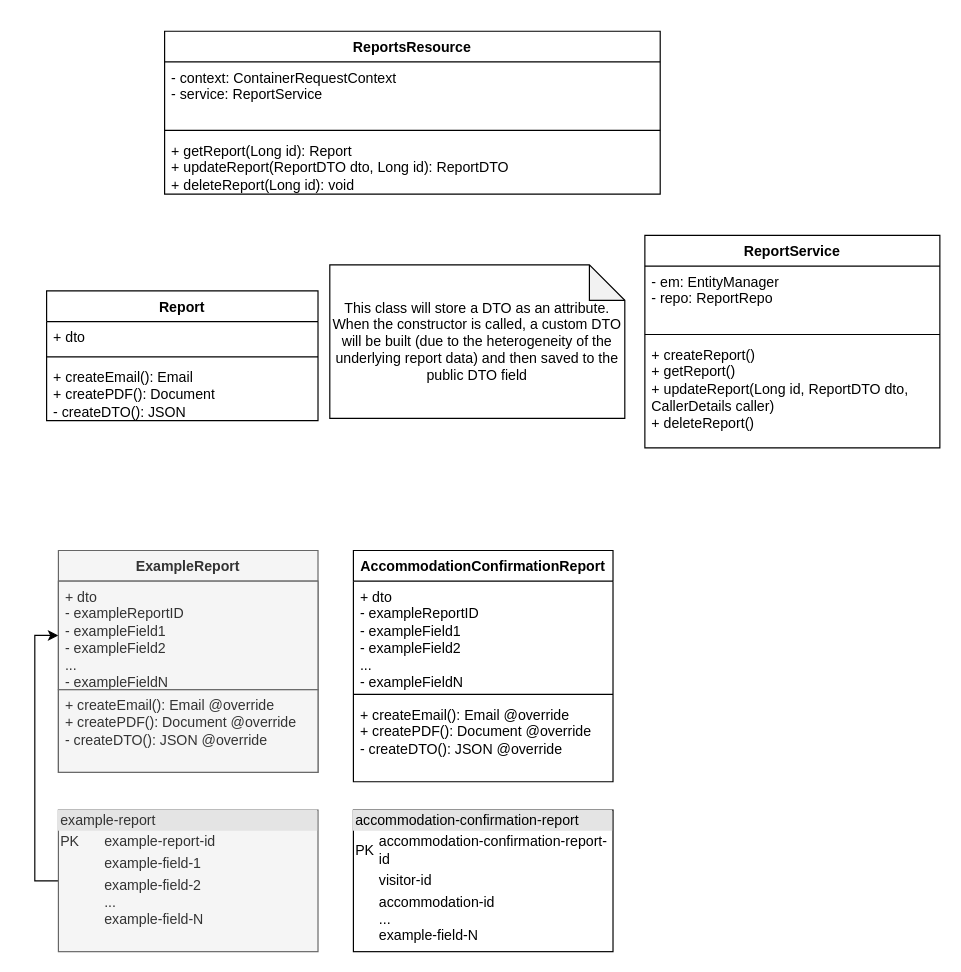
Before: Document generation class diagram.drawio in ambolt314/FinalProjectDesign, a draw.io diagram. Source tidied: cells renumbered, new cells numbered last; positions are measured from the earlier drawing's top-left corner, leaving out a move shared by most shapes. Both pictures are drawn from the tidied source at 118%, with x=0, y=0 at pixel (46, 31).
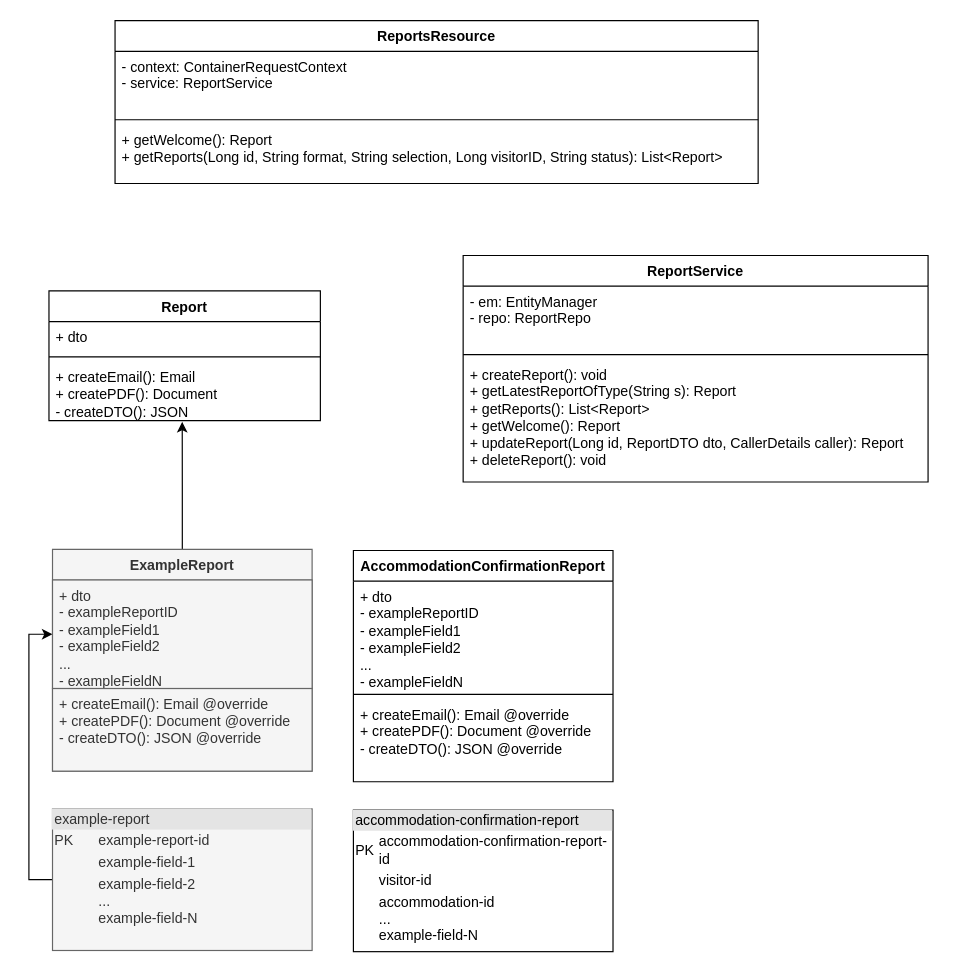
The same diagram, later.

Commit message:
Defined service and resource methods

The change refers to these unchanged cells:
```xml
<mxCell id="13" value="&lt;div&gt;+ createEmail(): Email&lt;/div&gt;&lt;div&gt;+ createPDF(): Document&lt;/div&gt;&lt;div&gt;- createDTO(): JSON&lt;/div&gt;" style="text;strokeColor=none;fillColor=none;align=left;verticalAlign=top;spacingLeft=4;spacingRight=4;overflow=hidden;points=[[0,0.5],[1,0.5]];portConstraint=eastwest;whiteSpace=wrap;html=1;" parent="10" vertex="1">
  <mxGeometry y="60" width="230" height="50" as="geometry" />
</mxCell>
```

Change to the diagram source:
```diff
@@
     <mxCell id="2" value="ReportsResource" style="swimlane;fontStyle=1;align=center;verticalAlign=top;horizontal=1;startSize=26;whiteSpace=wrap;html=1;" parent="1" vertex="1">
-      <mxGeometry x="100" width="420" height="138" as="geometry" />
+      <mxGeometry x="58" y="-9" width="545" height="138" as="geometry" />
     </mxCell>
     <mxCell id="3" value="&lt;div&gt;- context: ContainerRequestContext&lt;/div&gt;&lt;div&gt;- service: ReportService&lt;br&gt;&lt;/div&gt;" style="text;strokeColor=none;fillColor=none;align=left;verticalAlign=top;spacingLeft=4;spacingRight=4;overflow=hidden;whiteSpace=wrap;html=1;" parent="2" vertex="1">
-      <mxGeometry y="26" width="420" height="54" as="geometry" />
+      <mxGeometry y="26" width="545" height="54" as="geometry" />
     </mxCell>
     <mxCell id="4" style="line;strokeWidth=1;fillColor=none;align=left;verticalAlign=middle;spacingTop=-1;spacingLeft=3;spacingRight=3;labelPosition=right;strokeColor=inherit;" parent="2" vertex="1">
-      <mxGeometry y="80" width="420" height="8" as="geometry" />
+      <mxGeometry y="80" width="545" height="8" as="geometry" />
     </mxCell>
-    <mxCell id="5" value="&lt;div&gt;+ getReport(Long id): Report&lt;/div&gt;&lt;div&gt;+ updateReport(ReportDTO dto, Long id): ReportDTO&lt;br&gt;&lt;/div&gt;&lt;div&gt;+ deleteReport(Long id): void&lt;br&gt;&lt;/div&gt;" style="text;strokeColor=none;fillColor=none;align=left;verticalAlign=top;spacingLeft=4;spacingRight=4;overflow=hidden;whiteSpace=wrap;html=1;" parent="2" vertex="1">
-      <mxGeometry y="88" width="420" height="50" as="geometry" />
+    <mxCell id="5" value="&lt;div&gt;+ getWelcome(): Report&lt;br&gt;&lt;/div&gt;&lt;div&gt;+ getReports(Long id, String format, String selection, Long visitorID, String status): List&amp;lt;Report&amp;gt;&lt;/div&gt;" style="text;strokeColor=none;fillColor=none;align=left;verticalAlign=top;spacingLeft=4;spacingRight=4;overflow=hidden;whiteSpace=wrap;html=1;" parent="2" vertex="1">
+      <mxGeometry y="88" width="545" height="50" as="geometry" />
     </mxCell>
     <mxCell id="6" value="ReportService" style="swimlane;fontStyle=1;align=center;verticalAlign=top;horizontal=1;startSize=26;whiteSpace=wrap;html=1;" parent="1" vertex="1">
-      <mxGeometry x="507" y="173" width="250" height="180" as="geometry" />
+      <mxGeometry x="353" y="190" width="394" height="192" as="geometry" />
     </mxCell>
     <mxCell id="7" value="&lt;div&gt;- em: EntityManager&lt;/div&gt;&lt;div&gt;- repo: ReportRepo&lt;br&gt;&lt;/div&gt;" style="text;strokeColor=none;fillColor=none;align=left;verticalAlign=top;spacingLeft=4;spacingRight=4;overflow=hidden;whiteSpace=wrap;html=1;" parent="6" vertex="1">
-      <mxGeometry y="26" width="250" height="54" as="geometry" />
+      <mxGeometry y="26" width="394" height="54" as="geometry" />
     </mxCell>
     <mxCell id="8" style="line;strokeWidth=1;fillColor=none;align=left;verticalAlign=middle;spacingTop=-1;spacingLeft=3;spacingRight=3;labelPosition=right;strokeColor=inherit;" parent="6" vertex="1">
-      <mxGeometry y="80" width="250" height="8" as="geometry" />
+      <mxGeometry y="80" width="394" height="8" as="geometry" />
     </mxCell>
-    <mxCell id="9" value="&lt;div&gt;+ createReport()&lt;/div&gt;&lt;div&gt;+ getReport()&lt;/div&gt;&lt;div&gt;+ updateReport(Long id, ReportDTO dto, CallerDetails caller)&lt;/div&gt;&lt;div&gt;+ deleteReport()&lt;br&gt;&lt;/div&gt;" style="text;strokeColor=none;fillColor=none;align=left;verticalAlign=top;spacingLeft=4;spacingRight=4;overflow=hidden;whiteSpace=wrap;html=1;" parent="6" vertex="1">
-      <mxGeometry y="88" width="250" height="92" as="geometry" />
+    <mxCell id="9" value="&lt;div&gt;+ createReport(): void&lt;/div&gt;&lt;div&gt;+ getLatestReportOfType(String s): Report&lt;br&gt;&lt;/div&gt;&lt;div&gt;+ getReports(): List&amp;lt;Report&amp;gt;&lt;br&gt;&lt;/div&gt;&lt;div&gt;+ getWelcome(): Report&lt;br&gt;&lt;/div&gt;&lt;div&gt;+ updateReport(Long id, ReportDTO dto, CallerDetails caller): Report&lt;br&gt;&lt;/div&gt;&lt;div&gt;+ deleteReport(): void&lt;br&gt;&lt;/div&gt;" style="text;strokeColor=none;fillColor=none;align=left;verticalAlign=top;spacingLeft=4;spacingRight=4;overflow=hidden;whiteSpace=wrap;html=1;" parent="6" vertex="1">
+      <mxGeometry y="88" width="394" height="104" as="geometry" />
     </mxCell>
     <mxCell id="10" value="Report" style="swimlane;fontStyle=1;align=center;verticalAlign=top;horizontal=1;startSize=26;whiteSpace=wrap;html=1;" parent="1" vertex="1">
-      <mxGeometry y="220" width="230" height="110" as="geometry" />
+      <mxGeometry x="2" y="220" width="230" height="110" as="geometry" />
     </mxCell>
@@
-    <mxCell id="14" value="This class will store a DTO as an attribute. When the constructor is called, a custom DTO will be built (due to the heterogeneity of the underlying report data) and then saved to the public DTO field" style="shape=note;whiteSpace=wrap;html=1;backgroundOutline=1;darkOpacity=0.05;" parent="1" vertex="1">
-      <mxGeometry x="240" y="198" width="250" height="130" as="geometry" />
-    </mxCell>
@@
     <mxCell id="16" value="&lt;div style=&quot;box-sizing:border-box;width:100%;background:#e4e4e4;padding:2px;&quot;&gt;example-report&lt;/div&gt;&lt;table style=&quot;width:100%;font-size:1em;&quot; cellpadding=&quot;2&quot; cellspacing=&quot;0&quot;&gt;&lt;tbody&gt;&lt;tr&gt;&lt;td&gt;PK&lt;/td&gt;&lt;td&gt;example-report-id&lt;br&gt;&lt;/td&gt;&lt;/tr&gt;&lt;tr&gt;&lt;td&gt;&lt;br&gt;&lt;/td&gt;&lt;td&gt;example-field-1&lt;/td&gt;&lt;/tr&gt;&lt;tr&gt;&lt;td&gt;&lt;/td&gt;&lt;td&gt;example-field-2&lt;br&gt;...&lt;br&gt;example-field-N&lt;br&gt;&lt;/td&gt;&lt;/tr&gt;&lt;/tbody&gt;&lt;/table&gt;" style="verticalAlign=top;align=left;overflow=fill;html=1;whiteSpace=wrap;fillColor=#f5f5f5;fontColor=#333333;strokeColor=#666666;" parent="1" vertex="1">
-      <mxGeometry x="10" y="660" width="220" height="120" as="geometry" />
+      <mxGeometry x="5" y="659" width="220" height="120" as="geometry" />
     </mxCell>
+    <mxCell id="25" style="edgeStyle=orthogonalEdgeStyle;rounded=0;jettySize=auto;html=1;entryX=0.491;entryY=1.02;entryDx=0;entryDy=0;entryPerimeter=0;" parent="1" edge="1" source="17" target="13">
+      <mxGeometry relative="1" as="geometry" />
+    </mxCell>
     <mxCell id="17" value="ExampleReport" style="swimlane;fontStyle=1;align=center;verticalAlign=top;horizontal=1;startSize=26;whiteSpace=wrap;html=1;fillColor=#f5f5f5;fontColor=#333333;strokeColor=#666666;" parent="1" vertex="1">
-      <mxGeometry x="10" y="440" width="220" height="188" as="geometry" />
+      <mxGeometry x="5" y="439" width="220" height="188" as="geometry" />
     </mxCell>
```
